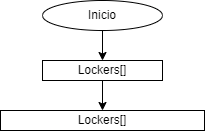
This is Locker para bicicletas.png from dasamepu/Flujo-de-funciones-para-encapsular-algoritmos, a draw.io export, as it was before one commit. Source tidied: cells renumbered, new cells last; positions are measured from the earlier drawing's top-left corner, leaving out a move shared by most shapes.
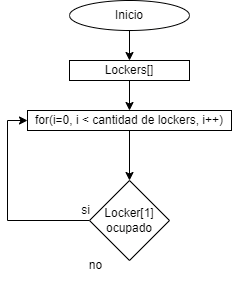
After the change.

What changed in the source:
```diff
@@ -14,8 +14,28 @@
     <mxCell id="5" value="Lockers[]" style="whiteSpace=wrap;html=1;" parent="1" vertex="1">
       <mxGeometry x="42" y="60" width="120" height="20" as="geometry" />
     </mxCell>
+    <mxCell id="7" style="edgeStyle=orthogonalEdgeStyle;rounded=0;jettySize=auto;html=1;" parent="1" edge="1" source="6" target="9">
+      <mxGeometry relative="1" as="geometry" />
+    </mxCell>
-    <mxCell id="6" value="Lockers[]" style="whiteSpace=wrap;html=1;" parent="1" vertex="1">
+    <mxCell id="6" value="for(i=0, i &amp;lt; cantidad de lockers, i++)" style="whiteSpace=wrap;html=1;" parent="1" vertex="1">
       <mxGeometry y="110" width="204" height="20" as="geometry" />
     </mxCell>
+    <mxCell id="8" style="edgeStyle=orthogonalEdgeStyle;rounded=0;jettySize=auto;html=1;entryX=0;entryY=0.5;entryDx=0;entryDy=0;" parent="1" edge="1" source="9" target="6">
+      <mxGeometry relative="1" as="geometry">
+        <Array as="points">
+          <mxPoint x="-20" y="220" />
+          <mxPoint x="-20" y="120" />
+        </Array>
+      </mxGeometry>
+    </mxCell>
+    <mxCell id="9" value="Locker[1] ocupado" style="rhombus;whiteSpace=wrap;html=1;" parent="1" vertex="1">
+      <mxGeometry x="62" y="180" width="80" height="80" as="geometry" />
+    </mxCell>
+    <mxCell id="10" value="no" style="text;html=1;align=center;verticalAlign=middle;strokeColor=none;fillColor=none;" parent="1" vertex="1">
+      <mxGeometry x="48" y="250" width="40" height="30" as="geometry" />
+    </mxCell>
+    <mxCell id="11" value="si" style="text;html=1;align=center;verticalAlign=middle;strokeColor=none;fillColor=none;" parent="1" vertex="1">
+      <mxGeometry x="43" y="195" width="30" height="30" as="geometry" />
+    </mxCell>
   </root>
 </mxGraphModel>
```
